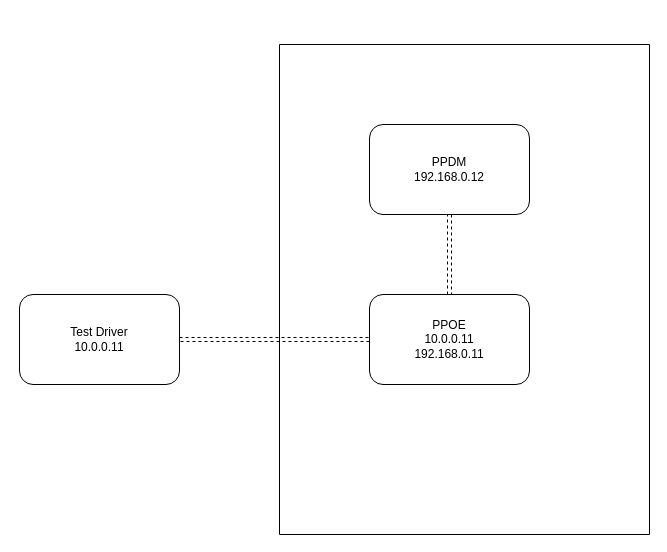
Earlier version of the draw.io diagram st/ssh_tunnel.drawio (gaivin/drawio). Source tidied: cells renumbered, new cells numbered last; positions are measured from the earlier drawing's top-left corner, leaving out a move shared by most shapes. Both pictures are drawn from the tidied source at 100%, with x=0, y=0 at pixel (19, 44).
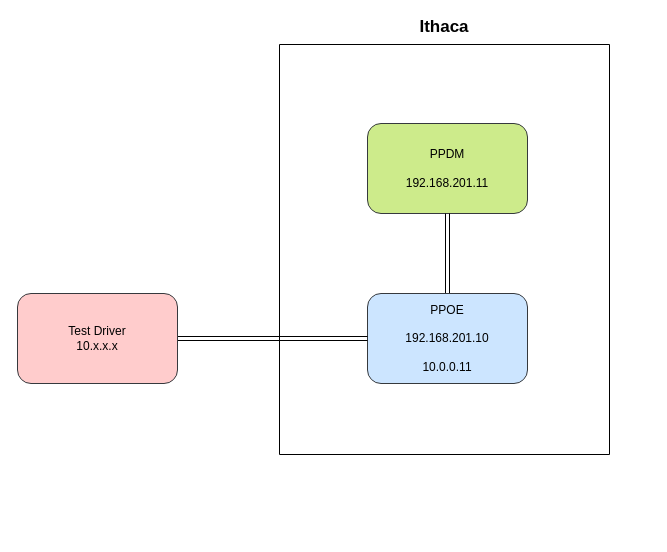
The same page after the edit.

What changed in the source:
```diff
@@
 <mxGraphModel>
   <root>
     <mxCell id="0" />
     <mxCell id="1" parent="0" />
-    <mxCell id="2" style="swimlane;startSize=0;" parent="1" vertex="1">
-      <mxGeometry x="260" width="370" height="490" as="geometry" />
+    <mxCell id="2" value="Ithaca&#10;&#10;" style="swimlane;startSize=0;fontSize=17;" parent="1" vertex="1">
+      <mxGeometry x="260" width="330" height="410" as="geometry" />
     </mxCell>
-    <mxCell id="3" value="PPDM&lt;br&gt;192.168.0.12" style="rounded=1;whiteSpace=wrap;html=1;" parent="2" vertex="1">
-      <mxGeometry x="90" y="80" width="160" height="90" as="geometry" />
+    <mxCell id="3" value="PPDM&lt;br&gt;&lt;br&gt;192.168.201.11" style="rounded=1;whiteSpace=wrap;html=1;fillColor=#cdeb8b;strokeColor=#36393d;" parent="2" vertex="1">
+      <mxGeometry x="88" y="79" width="160" height="90" as="geometry" />
     </mxCell>
-    <mxCell id="4" style="edgeStyle=orthogonalEdgeStyle;shape=link;rounded=0;jettySize=auto;html=1;exitX=0.5;exitY=0;exitDx=0;exitDy=0;entryX=0.5;entryY=1;entryDx=0;entryDy=0;strokeWidth=1;dashed=1;" parent="2" edge="1" source="5" target="3">
+    <mxCell id="4" style="edgeStyle=orthogonalEdgeStyle;shape=link;rounded=0;jettySize=auto;html=1;exitX=0.5;exitY=0;exitDx=0;exitDy=0;entryX=0.5;entryY=1;entryDx=0;entryDy=0;strokeWidth=1;" parent="2" edge="1" source="5" target="3">
       <mxGeometry relative="1" as="geometry" />
     </mxCell>
-    <mxCell id="5" value="PPOE&lt;br&gt;10.0.0.11&lt;br&gt;192.168.0.11" style="rounded=1;whiteSpace=wrap;html=1;" parent="2" vertex="1">
-      <mxGeometry x="90" y="250" width="160" height="90" as="geometry" />
+    <mxCell id="5" value="PPOE&lt;br&gt;&lt;br&gt;192.168.201.10&lt;br&gt;&lt;br&gt;10.0.0.11" style="rounded=1;whiteSpace=wrap;html=1;fillColor=#cce5ff;strokeColor=#36393d;" parent="2" vertex="1">
+      <mxGeometry x="88" y="249" width="160" height="90" as="geometry" />
     </mxCell>
-    <mxCell id="6" style="edgeStyle=orthogonalEdgeStyle;rounded=0;jettySize=auto;html=1;exitX=1;exitY=0.5;exitDx=0;exitDy=0;strokeWidth=1;shape=link;dashed=1;" parent="1" edge="1" source="7" target="5">
+    <mxCell id="6" style="edgeStyle=orthogonalEdgeStyle;rounded=0;jettySize=auto;html=1;exitX=1;exitY=0.5;exitDx=0;exitDy=0;strokeWidth=1;shape=link;" parent="1" edge="1" source="7" target="5">
       <mxGeometry relative="1" as="geometry" />
     </mxCell>
-    <mxCell id="7" value="Test Driver&lt;br&gt;10.0.0.11" style="rounded=1;whiteSpace=wrap;html=1;" parent="1" vertex="1">
-      <mxGeometry y="250" width="160" height="90" as="geometry" />
+    <mxCell id="7" value="Test Driver&lt;br&gt;10.x.x.x" style="rounded=1;whiteSpace=wrap;html=1;fillColor=#ffcccc;strokeColor=#36393d;" parent="1" vertex="1">
+      <mxGeometry x="-2" y="249" width="160" height="90" as="geometry" />
     </mxCell>
   </root>
 </mxGraphModel>
```
